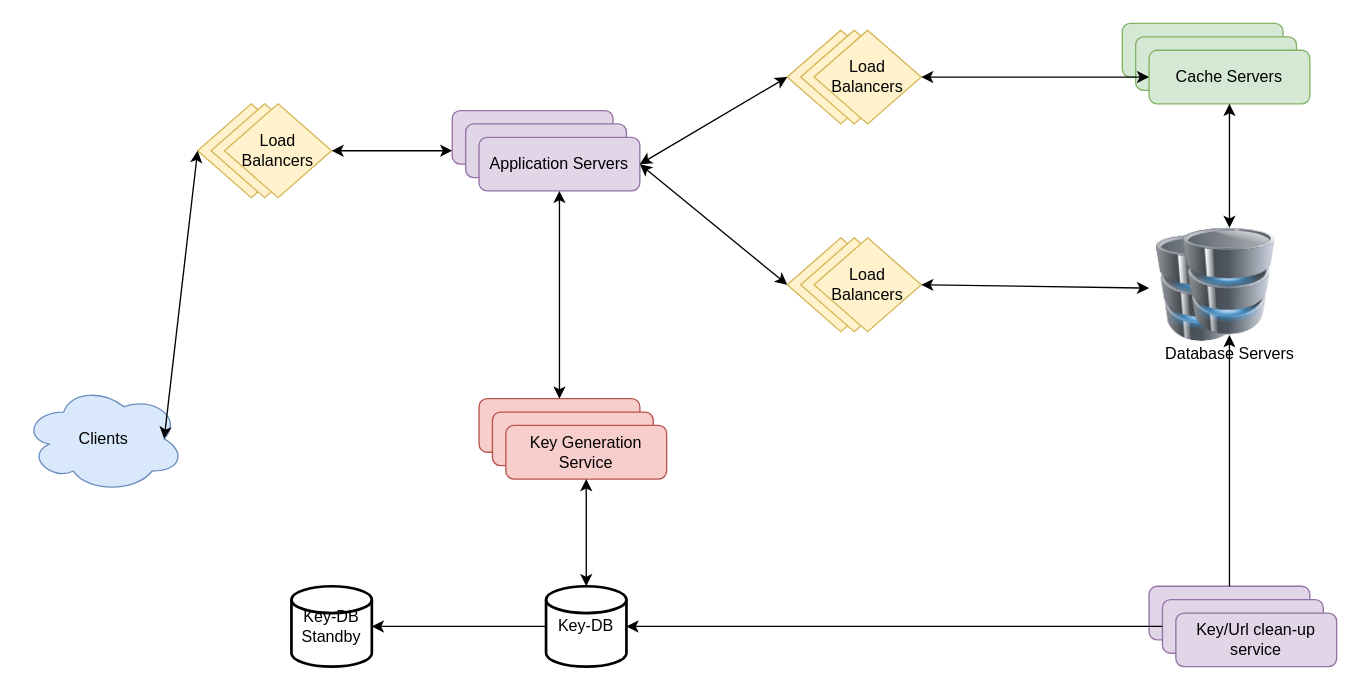
Before: page "HSD" (1 of 3) of src/main/resources/uml/TinyUrl.drawio in Krishna-Kolukuluri/interview-prep, a draw.io diagram. Source tidied: cells renumbered, new cells numbered last; positions are measured from the earlier drawing's top-left corner, leaving out a move shared by most shapes. Both pictures are drawn from the tidied source at 134%, with x=0, y=0 at pixel (23, 23).
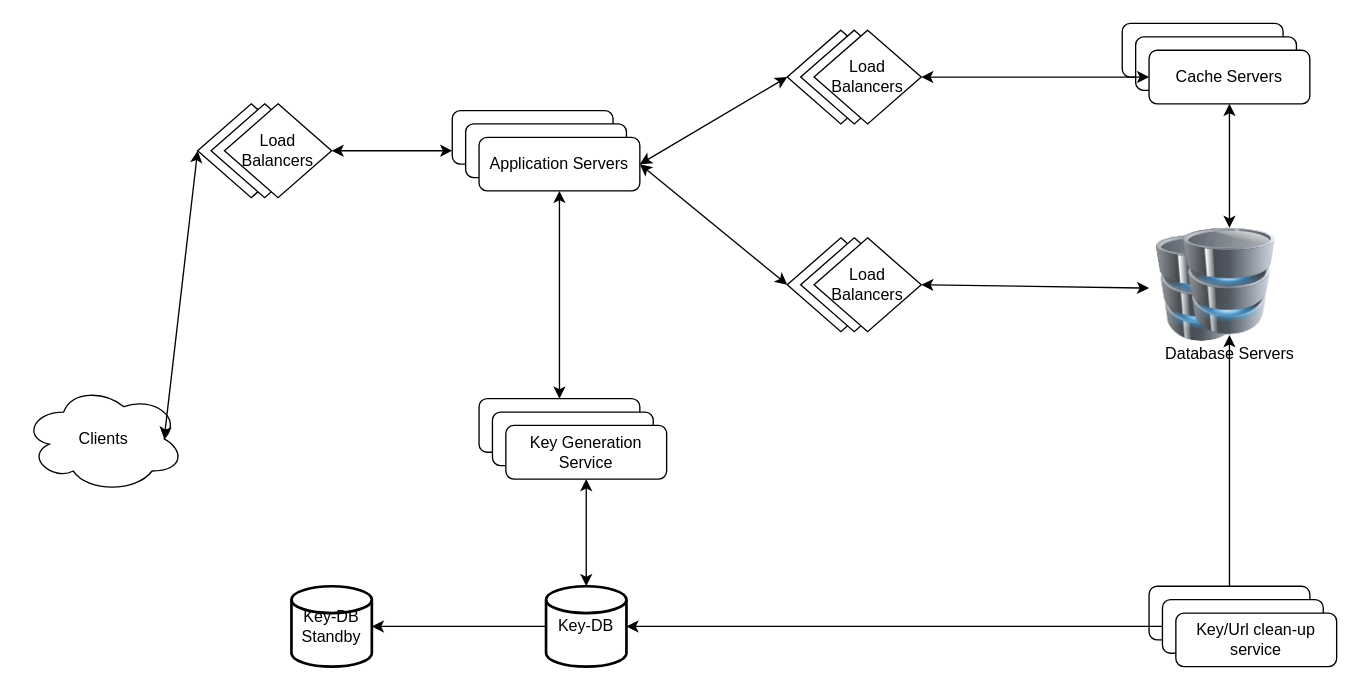
The same diagram, later.

Diff of the diagram source:
```diff
@@
-    <mxCell id="2" style="rounded=1;whiteSpace=wrap;html=1;fillColor=#d5e8d4;strokeColor=#82b366;" parent="1" vertex="1">
+    <mxCell id="2" style="rounded=1;whiteSpace=wrap;html=1;" parent="1" vertex="1">
       <mxGeometry x="820" width="120" height="40" as="geometry" />
     </mxCell>
-    <mxCell id="3" style="rounded=1;whiteSpace=wrap;html=1;fillColor=#d5e8d4;strokeColor=#82b366;" parent="1" vertex="1">
+    <mxCell id="3" style="rounded=1;whiteSpace=wrap;html=1;" parent="1" vertex="1">
       <mxGeometry x="830" y="10" width="120" height="40" as="geometry" />
     </mxCell>
-    <mxCell id="4" value="Cache Servers" style="rounded=1;whiteSpace=wrap;html=1;fillColor=#d5e8d4;strokeColor=#82b366;" parent="1" vertex="1">
+    <mxCell id="4" value="Cache Servers" style="rounded=1;whiteSpace=wrap;html=1;" parent="1" vertex="1">
       <mxGeometry x="840" y="20" width="120" height="40" as="geometry" />
     </mxCell>
-    <mxCell id="5" style="rhombus;whiteSpace=wrap;html=1;fillColor=#fff2cc;strokeColor=#d6b656;" parent="1" vertex="1">
+    <mxCell id="5" style="rhombus;whiteSpace=wrap;html=1;" parent="1" vertex="1">
       <mxGeometry x="570" y="5" width="80" height="70" as="geometry" />
     </mxCell>
-    <mxCell id="6" style="rhombus;whiteSpace=wrap;html=1;fillColor=#fff2cc;strokeColor=#d6b656;" parent="1" vertex="1">
+    <mxCell id="6" style="rhombus;whiteSpace=wrap;html=1;" parent="1" vertex="1">
       <mxGeometry x="580" y="5" width="80" height="70" as="geometry" />
     </mxCell>
-    <mxCell id="7" value="Load Balancers" style="rhombus;whiteSpace=wrap;html=1;fillColor=#fff2cc;strokeColor=#d6b656;" parent="1" vertex="1">
+    <mxCell id="7" value="Load Balancers" style="rhombus;whiteSpace=wrap;html=1;" parent="1" vertex="1">
       <mxGeometry x="590" y="5" width="80" height="70" as="geometry" />
     </mxCell>
-    <mxCell id="8" style="rhombus;whiteSpace=wrap;html=1;fillColor=#fff2cc;strokeColor=#d6b656;" parent="1" vertex="1">
+    <mxCell id="8" style="rhombus;whiteSpace=wrap;html=1;" parent="1" vertex="1">
       <mxGeometry x="570" y="160" width="80" height="70" as="geometry" />
     </mxCell>
-    <mxCell id="9" style="rhombus;whiteSpace=wrap;html=1;fillColor=#fff2cc;strokeColor=#d6b656;" parent="1" vertex="1">
+    <mxCell id="9" style="rhombus;whiteSpace=wrap;html=1;" parent="1" vertex="1">
       <mxGeometry x="580" y="160" width="80" height="70" as="geometry" />
     </mxCell>
-    <mxCell id="10" value="Load Balancers" style="rhombus;whiteSpace=wrap;html=1;fillColor=#fff2cc;strokeColor=#d6b656;" parent="1" vertex="1">
+    <mxCell id="10" value="Load Balancers" style="rhombus;whiteSpace=wrap;html=1;" parent="1" vertex="1">
       <mxGeometry x="590" y="160" width="80" height="70" as="geometry" />
     </mxCell>
@@
-    <mxCell id="15" style="rounded=1;whiteSpace=wrap;html=1;fillColor=#e1d5e7;strokeColor=#9673a6;" parent="1" vertex="1">
+    <mxCell id="15" style="rounded=1;whiteSpace=wrap;html=1;" parent="1" vertex="1">
       <mxGeometry x="320" y="65" width="120" height="40" as="geometry" />
     </mxCell>
-    <mxCell id="16" style="rounded=1;whiteSpace=wrap;html=1;fillColor=#e1d5e7;strokeColor=#9673a6;" parent="1" vertex="1">
+    <mxCell id="16" style="rounded=1;whiteSpace=wrap;html=1;" parent="1" vertex="1">
       <mxGeometry x="330" y="75" width="120" height="40" as="geometry" />
     </mxCell>
-    <mxCell id="17" value="Application Servers" style="rounded=1;whiteSpace=wrap;html=1;fillColor=#e1d5e7;strokeColor=#9673a6;" parent="1" vertex="1">
+    <mxCell id="17" value="Application Servers" style="rounded=1;whiteSpace=wrap;html=1;" parent="1" vertex="1">
       <mxGeometry x="340" y="85" width="120" height="40" as="geometry" />
     </mxCell>
@@
-    <mxCell id="21" style="rhombus;whiteSpace=wrap;html=1;fillColor=#fff2cc;strokeColor=#d6b656;" parent="1" vertex="1">
+    <mxCell id="21" style="rhombus;whiteSpace=wrap;html=1;" parent="1" vertex="1">
       <mxGeometry x="130" y="60" width="80" height="70" as="geometry" />
     </mxCell>
-    <mxCell id="22" style="rhombus;whiteSpace=wrap;html=1;fillColor=#fff2cc;strokeColor=#d6b656;" parent="1" vertex="1">
+    <mxCell id="22" style="rhombus;whiteSpace=wrap;html=1;" parent="1" vertex="1">
       <mxGeometry x="140" y="60" width="80" height="70" as="geometry" />
     </mxCell>
-    <mxCell id="23" value="Load Balancers" style="rhombus;whiteSpace=wrap;html=1;fillColor=#fff2cc;strokeColor=#d6b656;" parent="1" vertex="1">
+    <mxCell id="23" value="Load Balancers" style="rhombus;whiteSpace=wrap;html=1;" parent="1" vertex="1">
       <mxGeometry x="150" y="60" width="80" height="70" as="geometry" />
     </mxCell>
-    <mxCell id="24" value="Clients" style="ellipse;shape=cloud;whiteSpace=wrap;html=1;fillColor=#dae8fc;strokeColor=#6c8ebf;" parent="1" vertex="1">
+    <mxCell id="24" value="Clients" style="ellipse;shape=cloud;whiteSpace=wrap;html=1;" parent="1" vertex="1">
       <mxGeometry y="270" width="120" height="80" as="geometry" />
     </mxCell>
@@
-    <mxCell id="27" style="rounded=1;whiteSpace=wrap;html=1;fillColor=#f8cecc;strokeColor=#b85450;" parent="1" vertex="1">
+    <mxCell id="27" style="rounded=1;whiteSpace=wrap;html=1;" parent="1" vertex="1">
       <mxGeometry x="340" y="280" width="120" height="40" as="geometry" />
     </mxCell>
-    <mxCell id="28" style="rounded=1;whiteSpace=wrap;html=1;fillColor=#f8cecc;strokeColor=#b85450;" parent="1" vertex="1">
+    <mxCell id="28" style="rounded=1;whiteSpace=wrap;html=1;" parent="1" vertex="1">
       <mxGeometry x="350" y="290" width="120" height="40" as="geometry" />
     </mxCell>
-    <mxCell id="29" value="Key Generation Service" style="rounded=1;whiteSpace=wrap;html=1;fillColor=#f8cecc;strokeColor=#b85450;" parent="1" vertex="1">
+    <mxCell id="29" value="Key Generation Service" style="rounded=1;whiteSpace=wrap;html=1;" parent="1" vertex="1">
       <mxGeometry x="360" y="300" width="120" height="40" as="geometry" />
     </mxCell>
@@
-    <mxCell id="35" style="rounded=1;whiteSpace=wrap;html=1;fillColor=#e1d5e7;strokeColor=#9673a6;" parent="1" vertex="1">
+    <mxCell id="35" style="rounded=1;whiteSpace=wrap;html=1;" parent="1" vertex="1">
       <mxGeometry x="840" y="420" width="120" height="40" as="geometry" />
     </mxCell>
-    <mxCell id="36" style="rounded=1;whiteSpace=wrap;html=1;fillColor=#e1d5e7;strokeColor=#9673a6;" parent="1" vertex="1">
+    <mxCell id="36" style="rounded=1;whiteSpace=wrap;html=1;" parent="1" vertex="1">
       <mxGeometry x="850" y="430" width="120" height="40" as="geometry" />
     </mxCell>
-    <mxCell id="37" value="Key/Url clean-up service" style="rounded=1;whiteSpace=wrap;html=1;fillColor=#e1d5e7;strokeColor=#9673a6;" parent="1" vertex="1">
+    <mxCell id="37" value="Key/Url clean-up service" style="rounded=1;whiteSpace=wrap;html=1;" parent="1" vertex="1">
       <mxGeometry x="860" y="440" width="120" height="40" as="geometry" />
     </mxCell>
```
